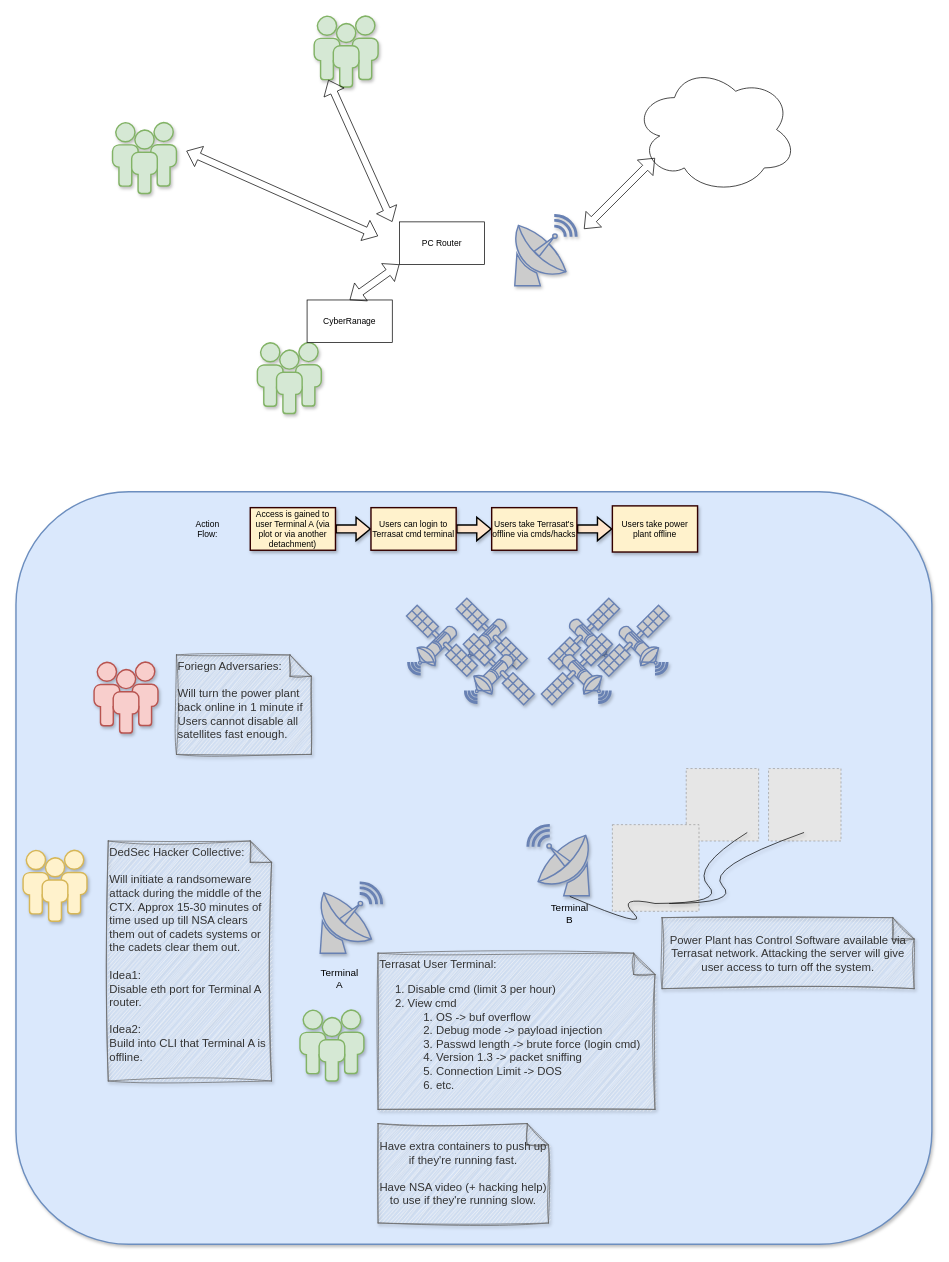
This is Overview.drawio from CyberTrainingExercise/Black0ut, a draw.io file, before an edit. Source tidied: cells renumbered, new cells numbered last; positions are measured from the earlier drawing's top-left corner, leaving out a move shared by most shapes. Both pictures are drawn from the tidied source at 71%, with x=0, y=0 at pixel (16, 16). Pictures stored in the file or linked from it are replaced by grey dashed boxes.
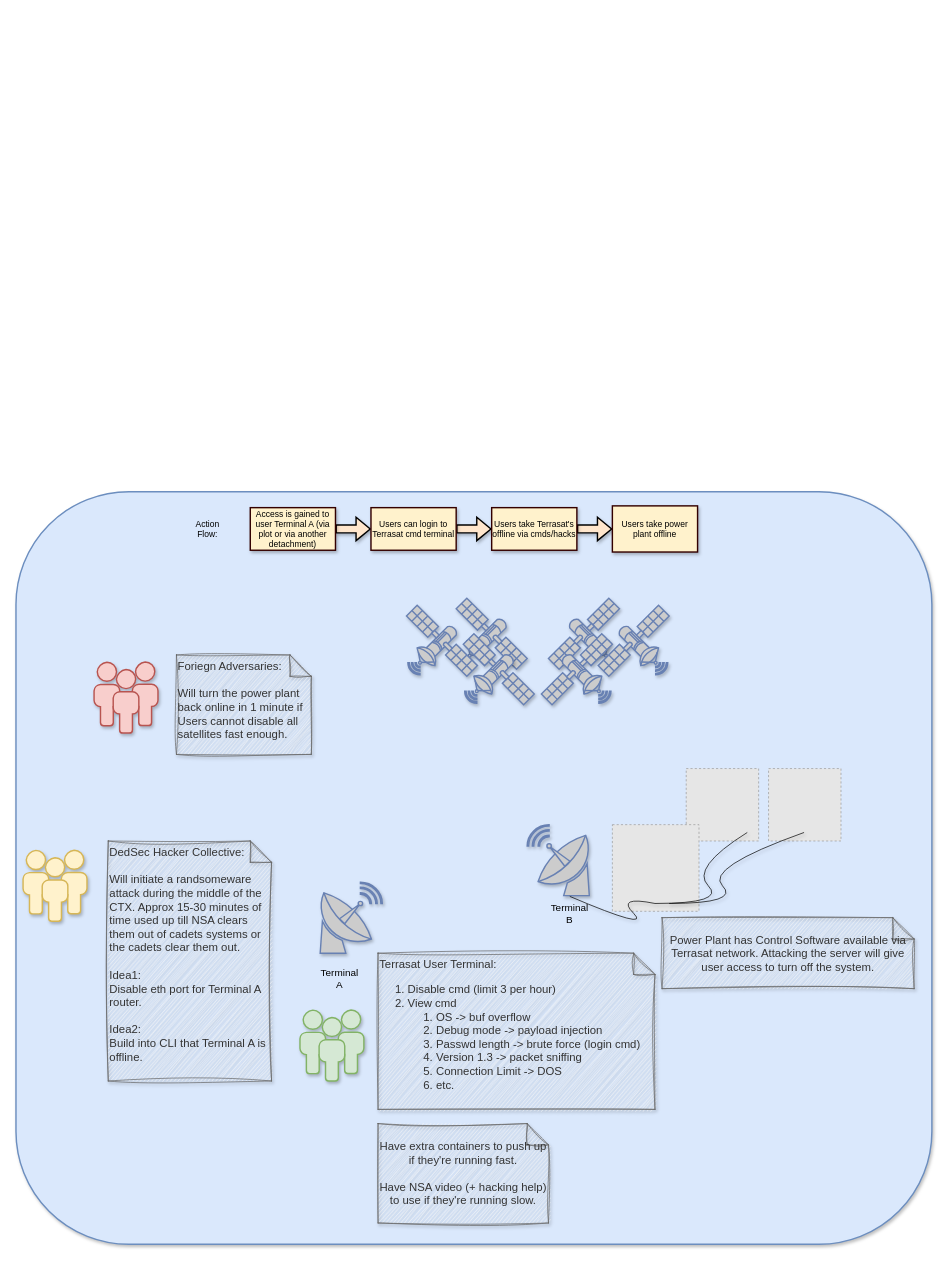
Above is the later version.

Commit message (it also covers changes not shown here):
Update overview diagram

The edit, as a diff of the source:
```diff
@@
-    <mxCell id="34" style="ellipse;shape=cloud;whiteSpace=wrap;html=1;" parent="1" vertex="1">
-      <mxGeometry x="870" y="70" width="230" height="180" as="geometry" />
-    </mxCell>
-    <mxCell id="35" style="fontColor=#0066CC;verticalAlign=top;verticalLabelPosition=bottom;labelPosition=center;align=center;html=1;fillColor=#CCCCCC;strokeColor=#6881B3;gradientColor=none;gradientDirection=north;strokeWidth=2;shape=mxgraph.networks.satellite_dish;shadow=1;" parent="1" vertex="1">
-      <mxGeometry x="700" y="280" width="90" height="100" as="geometry" />
-    </mxCell>
-    <mxCell id="36" style="verticalAlign=top;verticalLabelPosition=bottom;labelPosition=center;align=center;html=1;fillColor=#d5e8d4;strokeColor=#82b366;gradientDirection=north;strokeWidth=2;shape=mxgraph.networks.users;shadow=1;" parent="1" vertex="1">
-      <mxGeometry x="340" y="460" width="90" height="100" as="geometry" />
-    </mxCell>
-    <mxCell id="37" style="shape=flexArrow;endArrow=classic;startArrow=classic;html=1;rounded=0;" parent="1" edge="1">
-      <mxGeometry relative="1" as="geometry">
-        <mxPoint x="800" y="300" as="sourcePoint" />
-        <mxPoint x="900" y="200" as="targetPoint" />
-      </mxGeometry>
-    </mxCell>
-    <mxCell id="38" style="verticalAlign=top;verticalLabelPosition=bottom;labelPosition=center;align=center;html=1;fillColor=#d5e8d4;strokeColor=#82b366;gradientDirection=north;strokeWidth=2;shape=mxgraph.networks.users;shadow=1;" parent="1" vertex="1">
-      <mxGeometry x="420" width="90" height="100" as="geometry" />
-    </mxCell>
-    <mxCell id="39" style="verticalAlign=top;verticalLabelPosition=bottom;labelPosition=center;align=center;html=1;fillColor=#d5e8d4;strokeColor=#82b366;gradientDirection=north;strokeWidth=2;shape=mxgraph.networks.users;shadow=1;" parent="1" vertex="1">
-      <mxGeometry x="136" y="150" width="90" height="100" as="geometry" />
-    </mxCell>
-    <mxCell id="40" style="shape=flexArrow;endArrow=classic;startArrow=classic;html=1;rounded=0;" parent="1" edge="1">
-      <mxGeometry relative="1" as="geometry">
-        <mxPoint x="440" y="90" as="sourcePoint" />
-        <mxPoint x="530" y="290" as="targetPoint" />
-      </mxGeometry>
-    </mxCell>
-    <mxCell id="41" value="PC Router" style="rounded=0;whiteSpace=wrap;html=1;" parent="1" vertex="1">
-      <mxGeometry x="540" y="290" width="120" height="60" as="geometry" />
-    </mxCell>
-    <mxCell id="42" value="CyberRanage" style="rounded=0;whiteSpace=wrap;html=1;" parent="1" vertex="1">
-      <mxGeometry x="410" y="400" width="120" height="60" as="geometry" />
-    </mxCell>
-    <mxCell id="43" style="shape=flexArrow;endArrow=classic;startArrow=classic;html=1;rounded=0;entryX=0;entryY=1;entryDx=0;entryDy=0;exitX=0.5;exitY=0;exitDx=0;exitDy=0;" parent="1" edge="1" source="42" target="41">
-      <mxGeometry relative="1" as="geometry" />
-    </mxCell>
-    <mxCell id="44" style="shape=flexArrow;endArrow=classic;startArrow=classic;html=1;rounded=0;" parent="1" edge="1">
-      <mxGeometry relative="1" as="geometry">
-        <mxPoint x="240" y="190" as="sourcePoint" />
-        <mxPoint x="510" y="310" as="targetPoint" />
-      </mxGeometry>
-    </mxCell>
```
